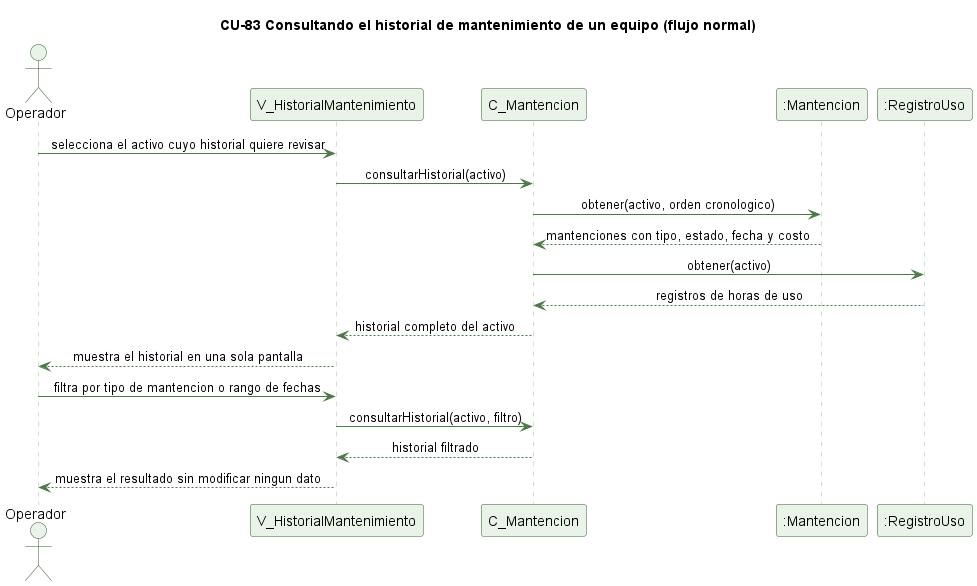
Earlier version of the PlantUML export docs/trabajo-grupal/diagramas/secuencias/cu83-historial-mantenimiento-normal.png (kenjikaese/Triverde). Source of this version:
```plantuml
@startuml cu83-historial-mantenimiento-normal
skinparam backgroundColor #FFFFFF
skinparam shadowing false
skinparam defaultFontName Helvetica
skinparam sequenceMessageAlign center
skinparam ParticipantBackgroundColor #EAF3E7
skinparam ParticipantBorderColor #2E5E2A
skinparam ActorBackgroundColor #EAF3E7
skinparam ActorBorderColor #2E5E2A
skinparam sequenceLifeLineBorderColor #9CC49A
skinparam ArrowColor #4B7A46

title CU-83 Consultando el historial de mantenimiento de un equipo (flujo normal)

actor Operador
participant "V_HistorialMantenimiento" as V
participant "C_Mantencion" as C
participant ":Mantencion" as MNT
participant ":RegistroUso" as RU

Operador -> V : selecciona el activo cuyo historial quiere revisar
V -> C : consultarHistorial(activo)
C -> MNT : obtener(activo, orden cronologico)
MNT --> C : mantenciones con tipo, estado, fecha y costo
C -> RU : obtener(activo)
RU --> C : registros de horas de uso
C --> V : historial completo del activo
V --> Operador : muestra el historial en una sola pantalla
Operador -> V : filtra por tipo de mantencion o rango de fechas
V -> C : consultarHistorial(activo, filtro)
C --> V : historial filtrado
V --> Operador : muestra el resultado sin modificar ningun dato

@enduml
```
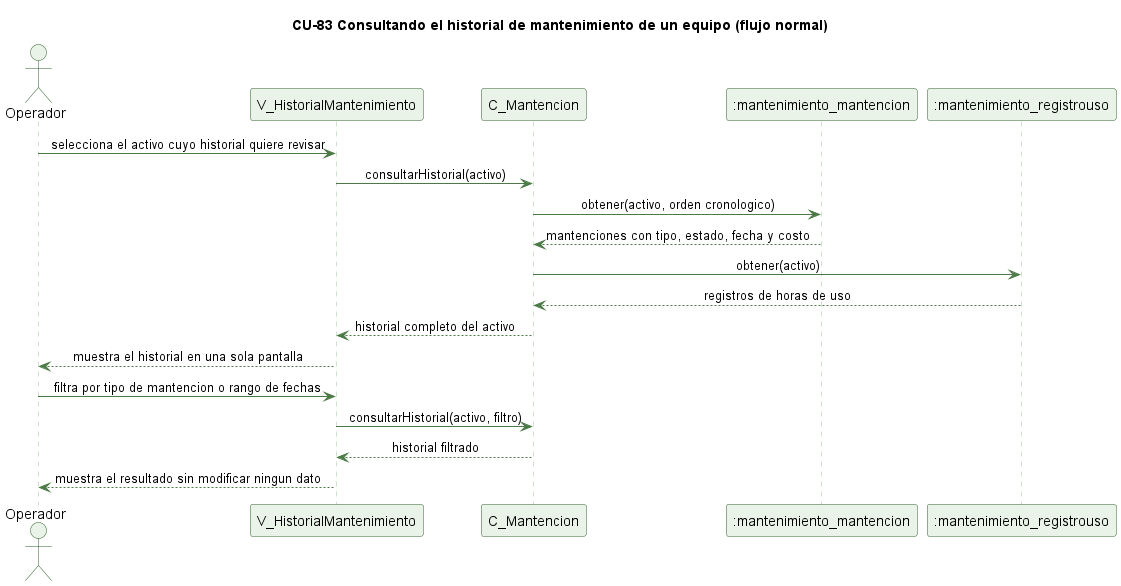
After the change.

Diff of the diagram source:
```diff
@@ -15,8 +15,8 @@
 actor Operador
 participant "V_HistorialMantenimiento" as V
 participant "C_Mantencion" as C
-participant ":Mantencion" as MNT
-participant ":RegistroUso" as RU
+participant ":mantenimiento_mantencion" as MNT
+participant ":mantenimiento_registrouso" as RU
 
 Operador -> V : selecciona el activo cuyo historial quiere revisar
 V -> C : consultarHistorial(activo)
```
